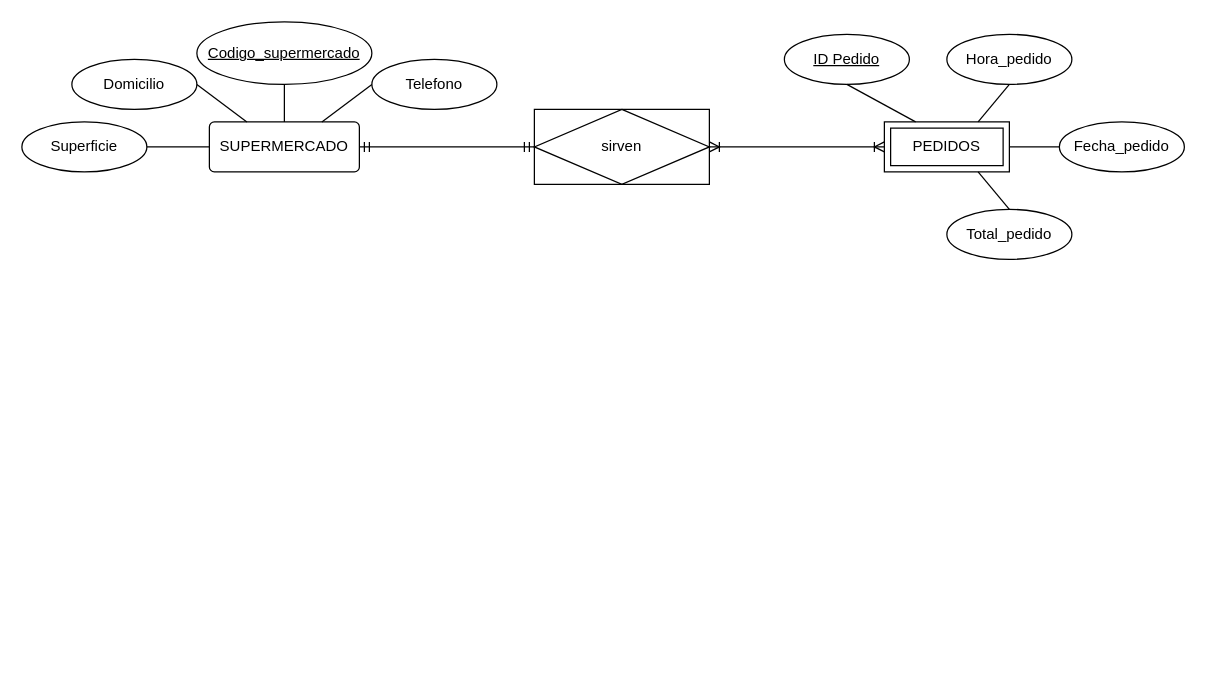
Before: Diagrama sin título.drawio in jsebas9511/ConceptosBD, a draw.io diagram. Source tidied: cells renumbered, new cells numbered last; positions are measured from the earlier drawing's top-left corner, leaving out a move shared by most shapes. Both pictures are drawn from the tidied source at 125%, with x=0, y=0 at pixel (21, 21).
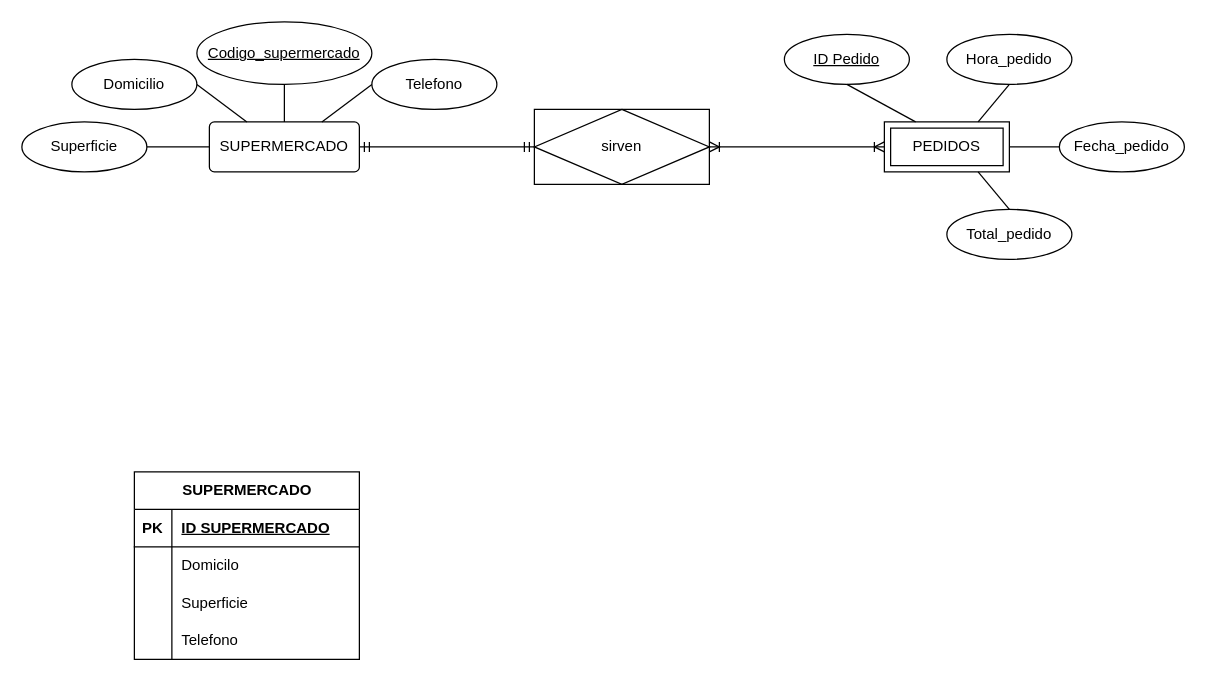
After the change.

Diff of the diagram source:
```diff
@@
+    <mxCell id="23" value="SUPERMERCADO" style="shape=table;startSize=30;childLayout=tableLayout;rowLines=0;fontStyle=1;align=center;html=1;" parent="1" vertex="1">
+      <mxGeometry x="90" y="360" width="180" height="150" as="geometry" />
+    </mxCell>
+    <mxCell id="24" style="shape=tableRow;horizontal=0;startSize=0;swimlaneHead=0;swimlaneBody=0;fillColor=none;top=0;left=0;right=0;bottom=1;" parent="23" vertex="1">
+      <mxGeometry y="30" width="180" height="30" as="geometry" />
+    </mxCell>
+    <mxCell id="25" value="PK" style="shape=partialRectangle;fillColor=none;top=0;left=0;bottom=0;right=0;fontStyle=1;overflow=hidden;whiteSpace=wrap;html=1;" parent="24" vertex="1">
+      <mxGeometry width="30" height="30" as="geometry" />
+    </mxCell>
+    <mxCell id="26" value="ID SUPERMERCADO" style="shape=partialRectangle;fillColor=none;top=0;left=0;bottom=0;right=0;align=left;spacingLeft=6;fontStyle=5;overflow=hidden;whiteSpace=wrap;html=1;" parent="24" vertex="1">
+      <mxGeometry x="30" width="150" height="30" as="geometry" />
+    </mxCell>
+    <mxCell id="27" style="shape=tableRow;horizontal=0;startSize=0;swimlaneHead=0;swimlaneBody=0;fillColor=none;top=0;left=0;right=0;bottom=0;" parent="23" vertex="1">
+      <mxGeometry y="60" width="180" height="30" as="geometry" />
+    </mxCell>
+    <mxCell id="28" style="shape=partialRectangle;fillColor=none;top=0;left=0;bottom=0;right=0;overflow=hidden;whiteSpace=wrap;html=1;" parent="27" vertex="1">
+      <mxGeometry width="30" height="30" as="geometry" />
+    </mxCell>
+    <mxCell id="29" value="Domicilo" style="shape=partialRectangle;fillColor=none;top=0;left=0;bottom=0;right=0;align=left;spacingLeft=6;overflow=hidden;whiteSpace=wrap;html=1;" parent="27" vertex="1">
+      <mxGeometry x="30" width="150" height="30" as="geometry" />
+    </mxCell>
+    <mxCell id="30" style="shape=tableRow;horizontal=0;startSize=0;swimlaneHead=0;swimlaneBody=0;fillColor=none;top=0;left=0;right=0;bottom=0;" parent="23" vertex="1">
+      <mxGeometry y="90" width="180" height="30" as="geometry" />
+    </mxCell>
+    <mxCell id="31" style="shape=partialRectangle;fillColor=none;top=0;left=0;bottom=0;right=0;overflow=hidden;whiteSpace=wrap;html=1;" parent="30" vertex="1">
+      <mxGeometry width="30" height="30" as="geometry" />
+    </mxCell>
+    <mxCell id="32" value="Superficie" style="shape=partialRectangle;fillColor=none;top=0;left=0;bottom=0;right=0;align=left;spacingLeft=6;overflow=hidden;whiteSpace=wrap;html=1;" parent="30" vertex="1">
+      <mxGeometry x="30" width="150" height="30" as="geometry" />
+    </mxCell>
+    <mxCell id="33" style="shape=tableRow;horizontal=0;startSize=0;swimlaneHead=0;swimlaneBody=0;fillColor=none;top=0;left=0;right=0;bottom=0;" parent="23" vertex="1">
+      <mxGeometry y="120" width="180" height="30" as="geometry" />
+    </mxCell>
+    <mxCell id="34" style="shape=partialRectangle;fillColor=none;top=0;left=0;bottom=0;right=0;overflow=hidden;whiteSpace=wrap;html=1;" parent="33" vertex="1">
+      <mxGeometry width="30" height="30" as="geometry" />
+    </mxCell>
+    <mxCell id="35" value="Telefono" style="shape=partialRectangle;fillColor=none;top=0;left=0;bottom=0;right=0;align=left;spacingLeft=6;overflow=hidden;whiteSpace=wrap;html=1;" parent="33" vertex="1">
+      <mxGeometry x="30" width="150" height="30" as="geometry" />
+    </mxCell>
```
